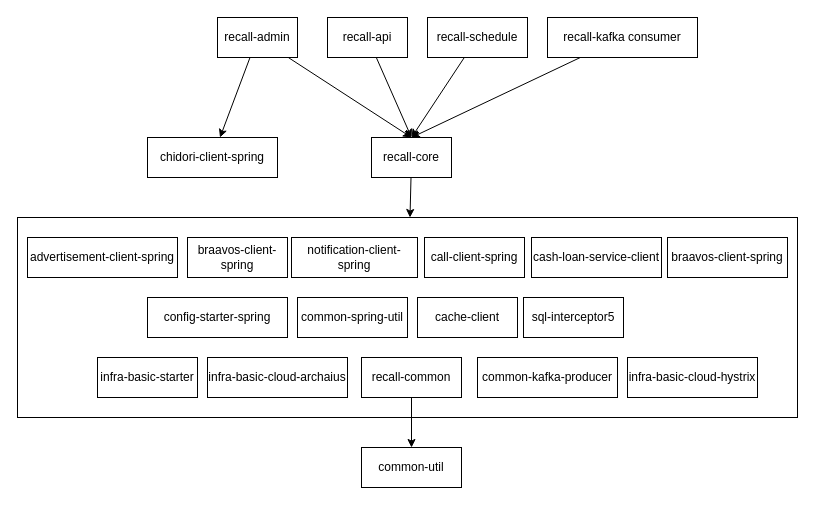
Earlier version of the draw.io diagram page "项目架构图-Jar依赖" (2 of 9) of 召回系统-应用架构.drawio (ABIN-DS/flowchart). Source tidied: cells renumbered, new cells numbered last; positions are measured from the earlier drawing's top-left corner, leaving out a move shared by most shapes. Both pictures are drawn from the tidied source at 100%, with x=0, y=0 at pixel (17, 17).
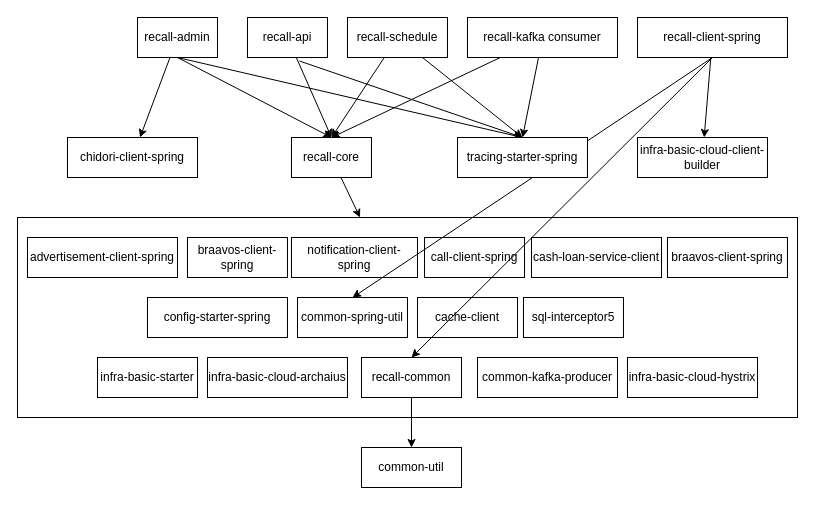
The same diagram, later.

Commit message:
更新召回系统-应用架构.drawio

The change refers to these unchanged cells:
```xml
<mxCell id="16" value="recall-common" style="rounded=0;whiteSpace=wrap;html=1;" parent="1" vertex="1">
  <mxGeometry x="344" y="340" width="100" height="40" as="geometry" />
</mxCell>
<mxCell id="25" value="common-spring-util" style="rounded=0;whiteSpace=wrap;html=1;" parent="1" vertex="1">
  <mxGeometry x="280" y="280" width="110" height="40" as="geometry" />
</mxCell>
```

Diff of the diagram source:
```diff
@@
-    <mxCell id="4" style="edgeStyle=none;rounded=0;jettySize=auto;html=1;entryX=0.5;entryY=0;entryDx=0;entryDy=0;" parent="1" edge="1" source="5" target="14">
+    <mxCell id="4" style="edgeStyle=none;rounded=0;jettySize=auto;html=1;entryX=0.5;entryY=0;entryDx=0;entryDy=0;exitX=0.5;exitY=1;exitDx=0;exitDy=0;" parent="1" edge="1" source="5" target="14">
       <mxGeometry relative="1" as="geometry" />
     </mxCell>
+    <mxCell id="32" style="edgeStyle=none;rounded=0;jettySize=auto;html=1;entryX=0.5;entryY=0;entryDx=0;entryDy=0;exitX=0.5;exitY=1;exitDx=0;exitDy=0;" parent="1" edge="1" source="5" target="39">
+      <mxGeometry relative="1" as="geometry" />
+    </mxCell>
     <mxCell id="5" value="recall-admin" style="rounded=0;whiteSpace=wrap;html=1;" parent="1" vertex="1">
-      <mxGeometry x="200" width="80" height="40" as="geometry" />
+      <mxGeometry x="120" width="80" height="40" as="geometry" />
     </mxCell>
@@
+    <mxCell id="33" style="edgeStyle=none;rounded=0;jettySize=auto;html=1;entryX=0.5;entryY=0;entryDx=0;entryDy=0;exitX=0.65;exitY=1.088;exitDx=0;exitDy=0;exitPerimeter=0;" parent="1" edge="1" source="7" target="39">
+      <mxGeometry relative="1" as="geometry" />
+    </mxCell>
     <mxCell id="7" value="recall-api" style="rounded=0;whiteSpace=wrap;html=1;" parent="1" vertex="1">
-      <mxGeometry x="310" width="80" height="40" as="geometry" />
+      <mxGeometry x="230" width="80" height="40" as="geometry" />
     </mxCell>
@@
+    <mxCell id="34" style="edgeStyle=none;rounded=0;jettySize=auto;html=1;entryX=0.5;entryY=0;entryDx=0;entryDy=0;" parent="1" edge="1" source="9" target="39">
+      <mxGeometry relative="1" as="geometry" />
+    </mxCell>
     <mxCell id="9" value="recall-schedule" style="rounded=0;whiteSpace=wrap;html=1;" parent="1" vertex="1">
-      <mxGeometry x="410" width="100" height="40" as="geometry" />
+      <mxGeometry x="330" width="100" height="40" as="geometry" />
     </mxCell>
@@
+    <mxCell id="35" style="rounded=0;jettySize=auto;html=1;entryX=0.5;entryY=0;entryDx=0;entryDy=0;" parent="1" edge="1" source="11" target="39">
+      <mxGeometry relative="1" as="geometry" />
+    </mxCell>
     <mxCell id="11" value="recall-kafka consumer" style="rounded=0;whiteSpace=wrap;html=1;" parent="1" vertex="1">
-      <mxGeometry x="530" width="150" height="40" as="geometry" />
+      <mxGeometry x="450" width="150" height="40" as="geometry" />
     </mxCell>
     <mxCell id="12" value="chidori-client-spring" style="rounded=0;whiteSpace=wrap;html=1;" parent="1" vertex="1">
-      <mxGeometry x="130" y="120" width="130" height="40" as="geometry" />
+      <mxGeometry x="50" y="120" width="130" height="40" as="geometry" />
     </mxCell>
@@
     <mxCell id="14" value="recall-core" style="rounded=0;whiteSpace=wrap;html=1;" parent="1" vertex="1">
-      <mxGeometry x="354" y="120" width="80" height="40" as="geometry" />
+      <mxGeometry x="274" y="120" width="80" height="40" as="geometry" />
     </mxCell>
@@
+    <mxCell id="36" style="edgeStyle=none;rounded=0;jettySize=auto;html=1;" parent="1" edge="1" source="38" target="41">
+      <mxGeometry relative="1" as="geometry" />
+    </mxCell>
+    <mxCell id="37" style="edgeStyle=none;rounded=0;jettySize=auto;html=1;entryX=0.5;entryY=0;entryDx=0;entryDy=0;exitX=0.5;exitY=1;exitDx=0;exitDy=0;" parent="1" edge="1" source="38" target="25">
+      <mxGeometry relative="1" as="geometry" />
+    </mxCell>
+    <mxCell id="38" value="recall-client-spring" style="rounded=0;whiteSpace=wrap;html=1;" parent="1" vertex="1">
+      <mxGeometry x="620" width="150" height="40" as="geometry" />
+    </mxCell>
+    <mxCell id="39" value="tracing-starter-spring" style="rounded=0;whiteSpace=wrap;html=1;" parent="1" vertex="1">
+      <mxGeometry x="440" y="120" width="130" height="40" as="geometry" />
+    </mxCell>
+    <mxCell id="40" style="edgeStyle=none;rounded=0;jettySize=auto;html=1;entryX=0.5;entryY=0;entryDx=0;entryDy=0;exitX=0.5;exitY=1;exitDx=0;exitDy=0;" parent="1" edge="1" source="38" target="16">
+      <mxGeometry relative="1" as="geometry" />
+    </mxCell>
+    <mxCell id="41" value="infra-basic-cloud-client-builder" style="rounded=0;whiteSpace=wrap;html=1;" parent="1" vertex="1">
+      <mxGeometry x="620" y="120" width="130" height="40" as="geometry" />
+    </mxCell>
```
